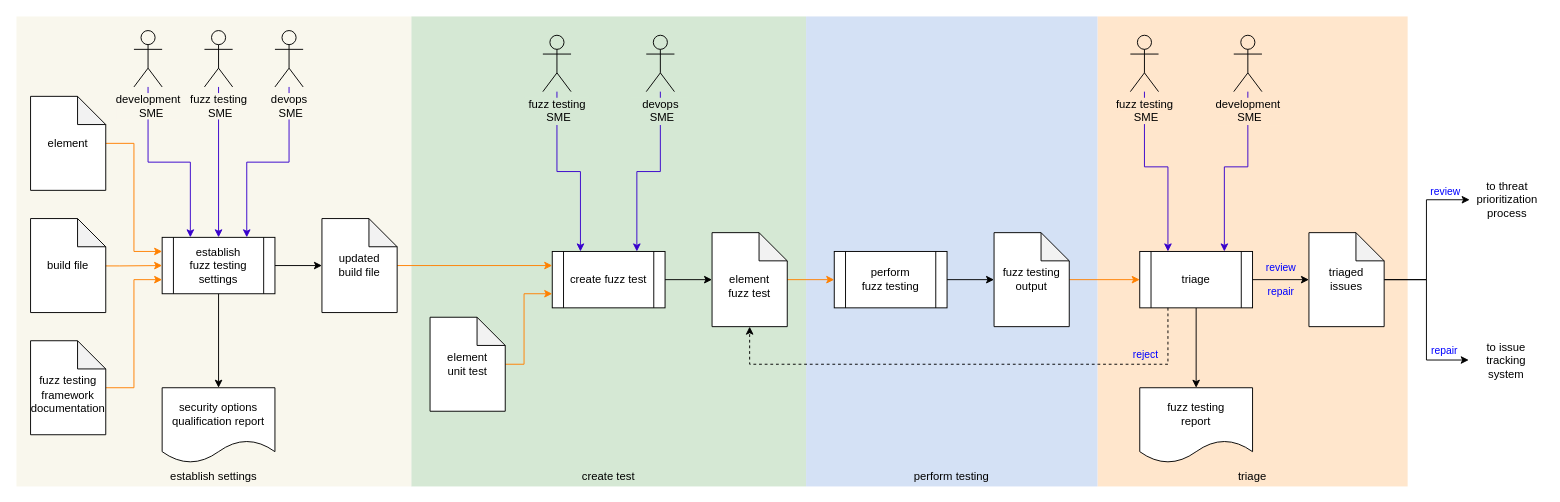
The draw.io diagram source/reference_documents/secondary_documents/implementation phase/Fuzz Testing Report/images/source/fuzz testing workflow.drawio in AVCDL/AVCDL, before the edit. Source tidied: cells renumbered, new cells numbered last; positions are measured from the earlier drawing's top-left corner, leaving out a move shared by most shapes. Both pictures are drawn from the tidied source at 94%, with x=0, y=0 at pixel (16, 16).
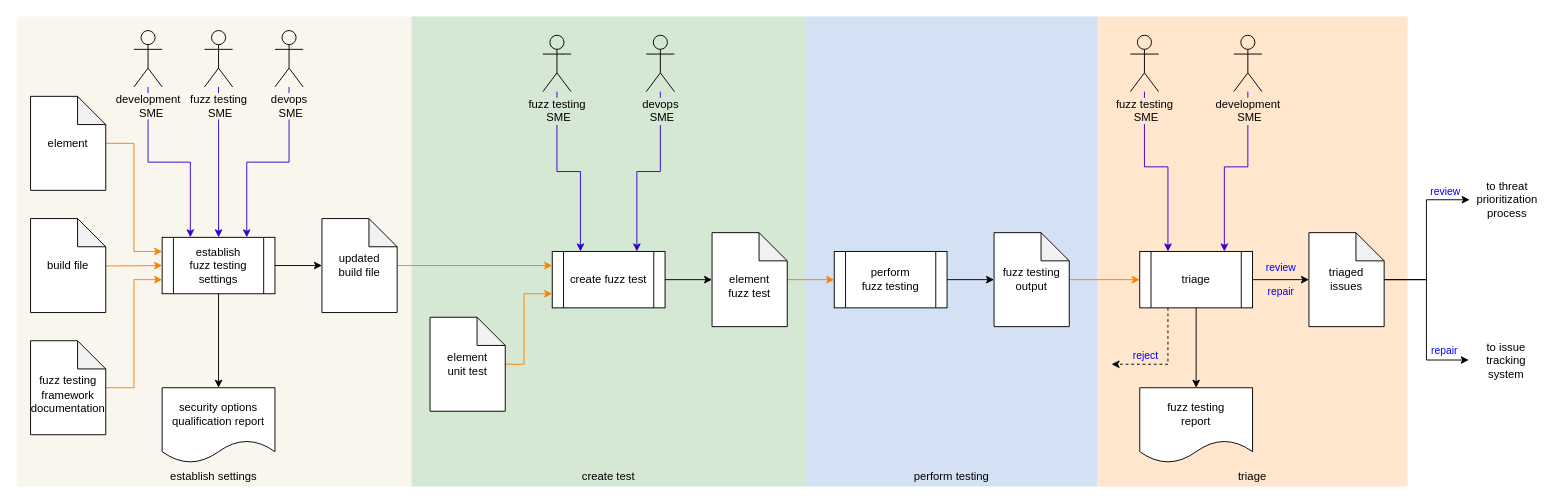
The same page after the edit.

Commit message (it also covers changes not shown here):
updated the fuzz testing process workflow diagram (minor adjustment to short triage reject arrow)

The change refers to these unchanged cells:
```xml
<mxCell id="12" value="&lt;div&gt;&lt;br&gt;&lt;/div&gt;element&lt;div&gt;fuzz test&lt;/div&gt;" style="shape=note;whiteSpace=wrap;html=1;backgroundOutline=1;darkOpacity=0.05;" parent="1" vertex="1">
  <mxGeometry x="740" y="230" width="80" height="100" as="geometry" />
</mxCell>
<mxCell id="30" value="triage" style="shape=process;whiteSpace=wrap;html=1;backgroundOutline=1;" parent="1" vertex="1">
  <mxGeometry x="1195" y="250" width="120" height="60" as="geometry" />
</mxCell>
```

Diff of the diagram source:
```diff
@@
-    <mxCell id="57" parent="0" />
-    <mxCell id="58" style="edgeStyle=orthogonalEdgeStyle;rounded=0;jettySize=auto;html=1;strokeWidth=1;dashed=1;exitX=0.25;exitY=1;exitDx=0;exitDy=0;entryX=0.5;entryY=1;entryDx=0;entryDy=0;entryPerimeter=0;" parent="57" edge="1" source="30" target="12">
-      <mxGeometry relative="1" as="geometry">
-        <Array as="points">
-          <mxPoint x="1225" y="370" />
-          <mxPoint x="780" y="370" />
-        </Array>
-      </mxGeometry>
-    </mxCell>
+    <mxCell id="60" parent="0" />
+    <mxCell id="61" style="edgeStyle=orthogonalEdgeStyle;rounded=0;jettySize=auto;html=1;strokeWidth=1;dashed=1;exitX=0.25;exitY=1;exitDx=0;exitDy=0;" parent="60" edge="1" source="30">
+      <mxGeometry relative="1" as="geometry">
+        <mxPoint x="1165" y="370" as="targetPoint" />
+        <Array as="points">
+          <mxPoint x="1225" y="370" />
+          <mxPoint x="1165" y="370" />
+        </Array>
+      </mxGeometry>
+    </mxCell>
-    <mxCell id="59" value="&lt;font style=&quot;color: rgb(0, 0, 255);&quot;&gt;reject&lt;/font&gt;" style="edgeLabel;html=1;align=center;verticalAlign=middle;labelBackgroundColor=none;" parent="58" vertex="1">
+    <mxCell id="59" value="&lt;font style=&quot;color: rgb(0, 0, 255);&quot;&gt;reject&lt;/font&gt;" style="edgeLabel;html=1;align=center;verticalAlign=middle;labelBackgroundColor=none;" parent="61" vertex="1">
       <mxGeometry x="-0.83" relative="1" as="geometry">
-        <mxPoint x="-25" y="3" as="offset" />
+        <mxPoint x="-25" y="40" as="offset" />
       </mxGeometry>
     </mxCell>
```
